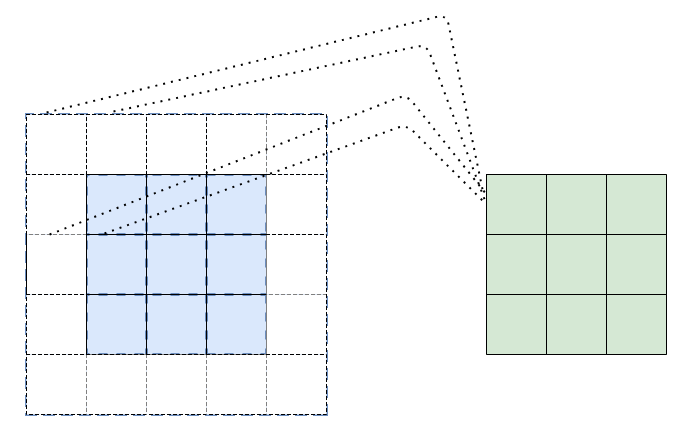
The draw.io diagram cnn.drawio in youngestuser/models, before the edit. Source tidied: cells renumbered, new cells numbered last; positions are measured from the earlier drawing's top-left corner, leaving out a move shared by most shapes. Both pictures are drawn from the tidied source at 100%, with x=0, y=0 at pixel (26, 14).
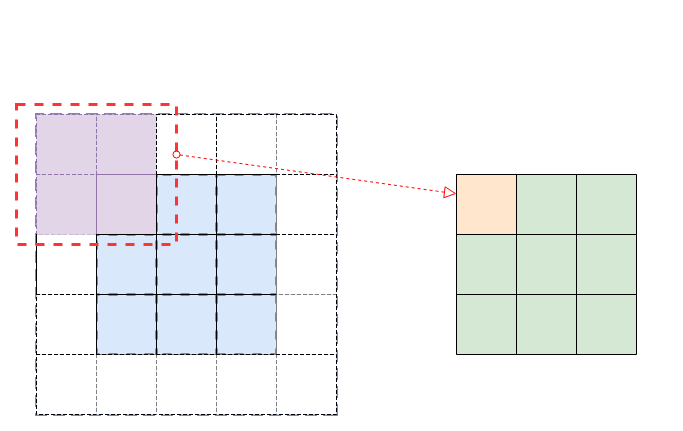
After the change.

The change refers to these unchanged cells:
```xml
<mxCell id="3" style="shape=partialRectangle;html=1;whiteSpace=wrap;fillColor=none;top=0;left=0;bottom=0;right=0;points=[[0,0.5],[1,0.5]];portConstraint=eastwest;" parent="2" vertex="1">
  <mxGeometry width="300" height="60" as="geometry" />
</mxCell>
<mxCell id="9" style="shape=partialRectangle;html=1;whiteSpace=wrap;fillColor=none;top=0;left=0;bottom=0;right=0;" parent="2" vertex="1">
  <mxGeometry y="60" width="300" height="60" as="geometry" />
</mxCell>
<mxCell id="15" style="shape=partialRectangle;html=1;whiteSpace=wrap;fillColor=none;top=0;left=0;bottom=0;right=0;points=[[0,0.5],[1,0.5]];portConstraint=eastwest;" parent="2" vertex="1">
  <mxGeometry y="120" width="300" height="60" as="geometry" />
</mxCell>
<mxCell id="34" style="shape=partialRectangle;html=1;whiteSpace=wrap;fillColor=none;top=0;left=0;bottom=0;right=0;points=[[0,0.5],[1,0.5]];portConstraint=eastwest;" parent="33" vertex="1">
  <mxGeometry width="180" height="60" as="geometry" />
</mxCell>
```

Diff of the diagram source:
```diff
@@
     <mxCell id="2" style="shape=table;html=1;whiteSpace=wrap;startSize=0;childLayout=tableLayout;gradientDirection=east;swimlaneFillColor=none;sketch=0;rounded=0;shadow=0;direction=north;flipH=1;flipV=0;perimeter=rectanglePerimeter;fillColor=#dae8fc;strokeColor=#6c8ebf;strokeWidth=3;perimeterSpacing=1;dashed=1;" parent="1" vertex="1">
-      <mxGeometry y="100" width="300" height="300" as="geometry" />
+      <mxGeometry x="10" y="100" width="300" height="300" as="geometry" />
     </mxCell>
@@
-    <mxCell id="4" style="shape=partialRectangle;html=1;whiteSpace=wrap;top=1;left=1;bottom=0;right=0;overflow=hidden;dashed=1;" parent="3" vertex="1">
+    <mxCell id="4" style="shape=partialRectangle;html=1;whiteSpace=wrap;top=1;left=1;bottom=0;right=0;overflow=hidden;dashed=1;fillColor=#e1d5e7;strokeColor=#9673a6;" parent="3" vertex="1">
       <mxGeometry width="60" height="60" as="geometry" />
     </mxCell>
-    <mxCell id="5" style="shape=partialRectangle;html=1;whiteSpace=wrap;top=1;left=1;bottom=0;right=0;overflow=hidden;dashed=1;" parent="3" vertex="1">
+    <mxCell id="5" style="shape=partialRectangle;html=1;whiteSpace=wrap;top=1;left=1;bottom=0;right=0;overflow=hidden;dashed=1;fillColor=#e1d5e7;strokeColor=#9673a6;" parent="3" vertex="1">
       <mxGeometry x="60" width="60" height="60" as="geometry" />
     </mxCell>
@@
-    <mxCell id="10" style="shape=partialRectangle;html=1;whiteSpace=wrap;top=1;left=1;bottom=1;right=1;overflow=hidden;dashed=1;" parent="9" vertex="1">
+    <mxCell id="10" style="shape=partialRectangle;html=1;whiteSpace=wrap;top=1;left=1;bottom=1;right=1;overflow=hidden;dashed=1;fillColor=#e1d5e7;strokeColor=#9673a6;" parent="9" vertex="1">
       <mxGeometry width="60" height="60" as="geometry" />
     </mxCell>
-    <mxCell id="11" style="shape=partialRectangle;html=1;whiteSpace=wrap;fillColor=none;top=1;left=1;bottom=1;right=1;overflow=hidden;" parent="9" vertex="1">
+    <mxCell id="11" style="shape=partialRectangle;html=1;whiteSpace=wrap;fillColor=#e1d5e7;top=1;left=1;bottom=1;right=1;overflow=hidden;strokeColor=#9673a6;" parent="9" vertex="1">
       <mxGeometry x="60" width="60" height="60" as="geometry" />
     </mxCell>
@@
     <mxCell id="33" style="shape=table;html=1;whiteSpace=wrap;startSize=0;childLayout=tableLayout;rounded=0;shadow=0;sketch=0;fillColor=#d5e8d4;strokeColor=#82b366;" parent="1" vertex="1">
-      <mxGeometry x="460" y="160" width="180" height="180" as="geometry" />
+      <mxGeometry x="430" y="160" width="180" height="180" as="geometry" />
     </mxCell>
@@
-    <mxCell id="35" style="shape=partialRectangle;html=1;whiteSpace=wrap;fillColor=none;top=1;left=1;bottom=1;right=1;overflow=hidden;noLabel=1;" parent="34" vertex="1">
+    <mxCell id="35" style="shape=partialRectangle;html=1;whiteSpace=wrap;fillColor=#ffe6cc;top=1;left=1;bottom=1;right=1;overflow=hidden;noLabel=1;" parent="34" vertex="1">
       <mxGeometry width="60" height="60" as="geometry" />
     </mxCell>
@@
-    <mxCell id="46" style="endArrow=none;dashed=1;html=1;dashPattern=1 3;strokeWidth=2;exitX=0.067;exitY=-0.033;exitDx=0;exitDy=0;exitPerimeter=0;entryX=-0.022;entryY=0.25;entryDx=0;entryDy=0;entryPerimeter=0;" parent="1" edge="1" source="3" target="34">
-      <mxGeometry relative="1" as="geometry">
-        <Array as="points">
-          <mxPoint x="420" />
-        </Array>
-      </mxGeometry>
-    </mxCell>
-    <mxCell id="47" style="endArrow=none;dashed=1;html=1;dashPattern=1 3;strokeWidth=2;entryX=0;entryY=0.5;entryDx=0;entryDy=0;exitX=0.29;exitY=-0.05;exitDx=0;exitDy=0;exitPerimeter=0;" parent="1" edge="1" source="3" target="34">
-      <mxGeometry relative="1" as="geometry">
-        <Array as="points">
-          <mxPoint x="400" y="30" />
-        </Array>
-      </mxGeometry>
-    </mxCell>
-    <mxCell id="48" style="endArrow=none;dashed=1;html=1;dashPattern=1 3;strokeWidth=2;entryX=0;entryY=0.5;entryDx=0;entryDy=0;exitX=0.26;exitY=-0.017;exitDx=0;exitDy=0;exitPerimeter=0;" parent="1" edge="1" source="15" target="34">
-      <mxGeometry relative="1" as="geometry">
-        <Array as="points">
-          <mxPoint x="380" y="110" />
-        </Array>
-      </mxGeometry>
-    </mxCell>
-    <mxCell id="49" style="endArrow=none;dashed=1;html=1;dashPattern=1 3;strokeWidth=2;exitX=0.077;exitY=0;exitDx=0;exitDy=0;exitPerimeter=0;" parent="1" edge="1" source="15">
-      <mxGeometry relative="1" as="geometry">
-        <mxPoint x="460" y="180" as="targetPoint" />
-        <Array as="points">
-          <mxPoint x="380" y="80" />
-        </Array>
-      </mxGeometry>
-    </mxCell>
+    <mxCell id="50" style="rounded=0;arcSize=10;dashed=1;fillColor=none;gradientColor=none;strokeWidth=3;shadow=0;glass=1;sketch=0;strokeColor=#FF3333;" parent="1" vertex="1">
+      <mxGeometry x="-10" y="90" width="160" height="140" as="geometry" />
+    </mxCell>
+    <mxCell id="51" style="startArrow=oval;startFill=0;startSize=7;endArrow=block;endFill=0;endSize=10;dashed=1;html=1;fillColor=#d80073;strokeColor=#FF0000;" parent="1" edge="1" target="34">
+      <mxGeometry relative="1" as="geometry">
+        <mxPoint x="150" y="140" as="sourcePoint" />
+        <Array as="points">
+          <mxPoint x="420" y="178" />
+        </Array>
+      </mxGeometry>
+    </mxCell>
```
